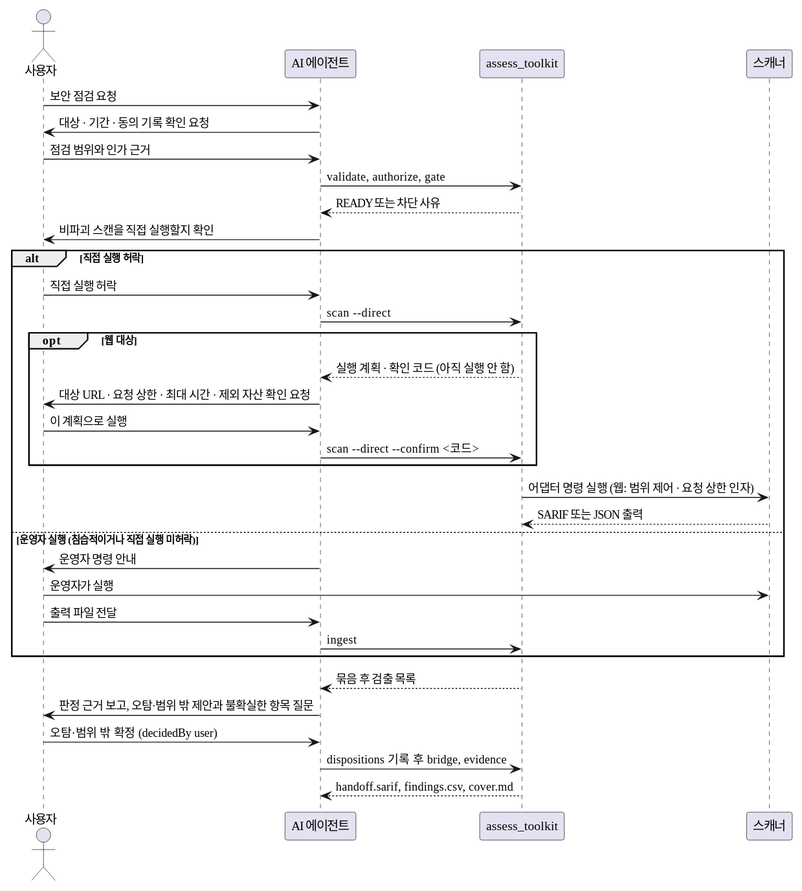
The PlantUML diagram skills/security-assessment/toolkit/docs/diagrams/sequence.svg in seo0tak/agent-skills, before a commit.
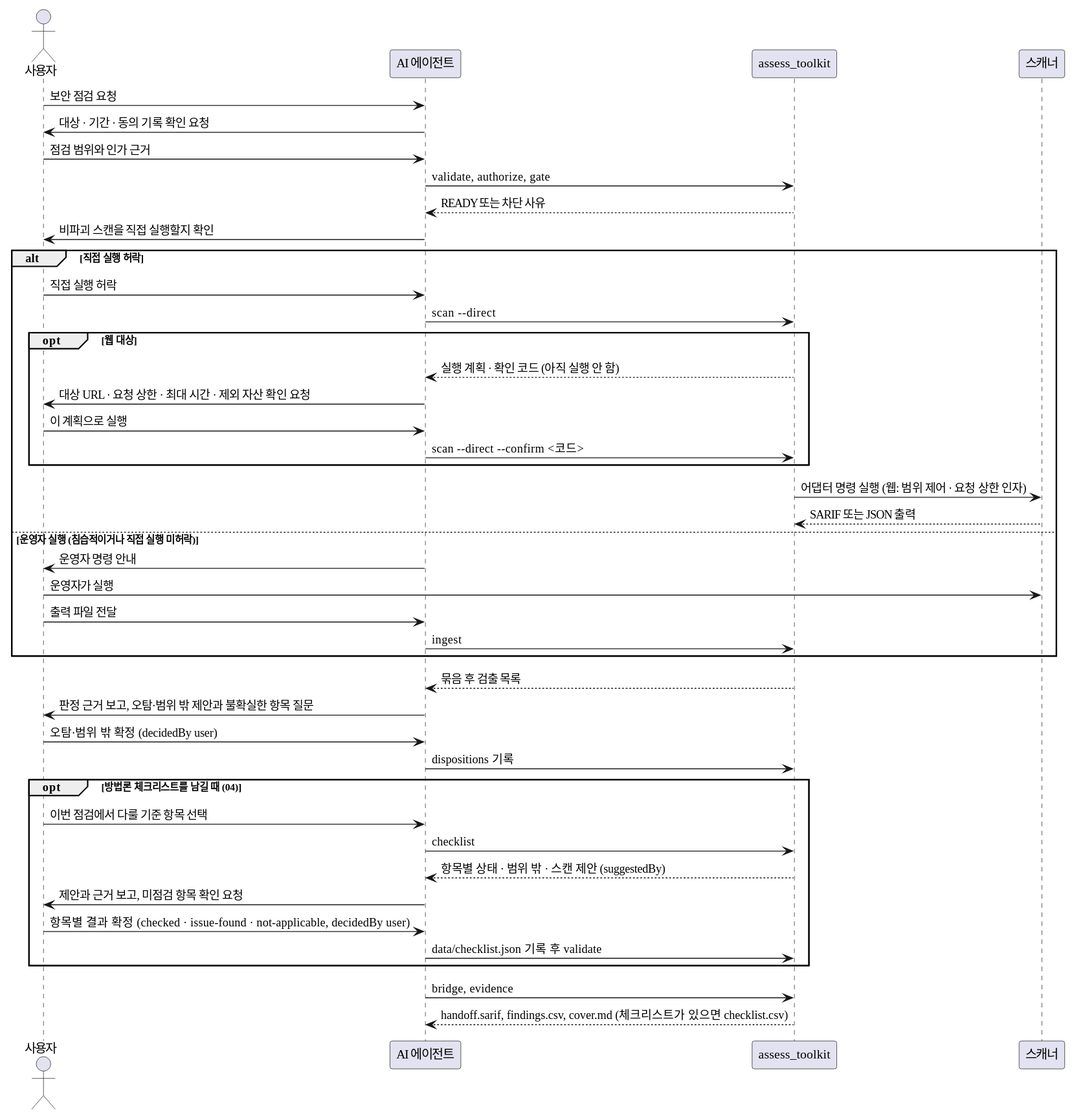
Above is the later version.

The edit, as a diff of the source:
```diff
@@ -32,6 +32,15 @@
 T --> A: 묶음 후 검출 목록
 A -> U: 판정 근거 보고, 오탐·범위 밖 제안과 불확실한 항목 질문
 U -> A: 오탐·범위 밖 확정 (decidedBy user)
-A -> T: dispositions 기록 후 bridge, evidence
-T --> A: handoff.sarif, findings.csv, cover.md
+A -> T: dispositions 기록
+opt 방법론 체크리스트를 남길 때 (04)
+  U -> A: 이번 점검에서 다룰 기준 항목 선택
+  A -> T: checklist
+  T --> A: 항목별 상태 · 범위 밖 · 스캔 제안 (suggestedBy)
+  A -> U: 제안과 근거 보고, 미점검 항목 확인 요청
+  U -> A: 항목별 결과 확정 (checked · issue-found · not-applicable, decidedBy user)
+  A -> T: data/checklist.json 기록 후 validate
+end
+A -> T: bridge, evidence
+T --> A: handoff.sarif, findings.csv, cover.md (체크리스트가 있으면 checklist.csv)
 @enduml
```
